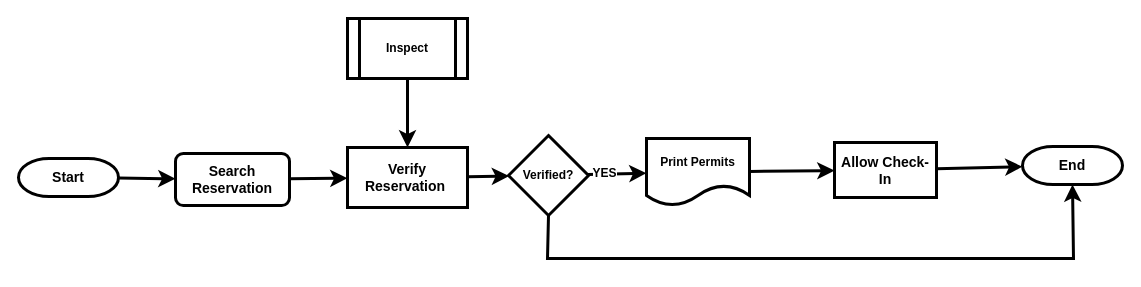
MbalamulaS/portal2-diagram keeps this draw.io diagram as page "Check-In" (4 of 9) of Itinerary_Creation_Flow.drawio. Above is the earlier version. Source tidied: cells renumbered, new cells numbered last; positions are measured from the earlier drawing's top-left corner, leaving out a move shared by most shapes. Both pictures are drawn from the tidied source at 100%, with x=0, y=0 at pixel (18, 18).
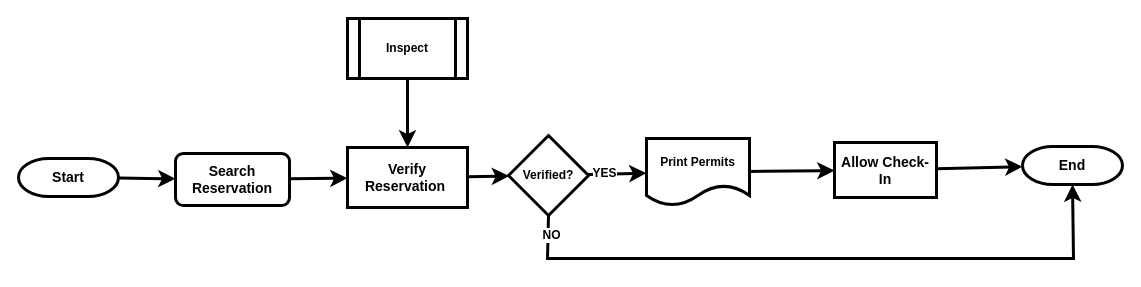
The same page after the edit.

Unchanged cells that the change refers to:
```xml
<mxCell id="15" style="edgeStyle=none;curved=0;rounded=0;jettySize=auto;html=1;fontSize=12;startSize=8;endSize=8;exitX=0.5;exitY=1;exitDx=0;exitDy=0;entryX=0.5;entryY=1;entryDx=0;entryDy=0;entryPerimeter=0;strokeWidth=3;" parent="1" edge="1" source="16" target="4">
  <mxGeometry relative="1" as="geometry">
    <Array as="points">
      <mxPoint x="529" y="240" />
      <mxPoint x="1055" y="240" />
    </Array>
  </mxGeometry>
</mxCell>
```

What changed in the source:
```diff
@@
+    <mxCell id="19" value="&lt;b&gt;NO&lt;/b&gt;" style="edgeLabel;html=1;align=center;verticalAlign=middle;fontSize=12;" parent="15" vertex="1">
+      <mxGeometry x="-0.94" y="3" relative="1" as="geometry" />
+    </mxCell>
```
